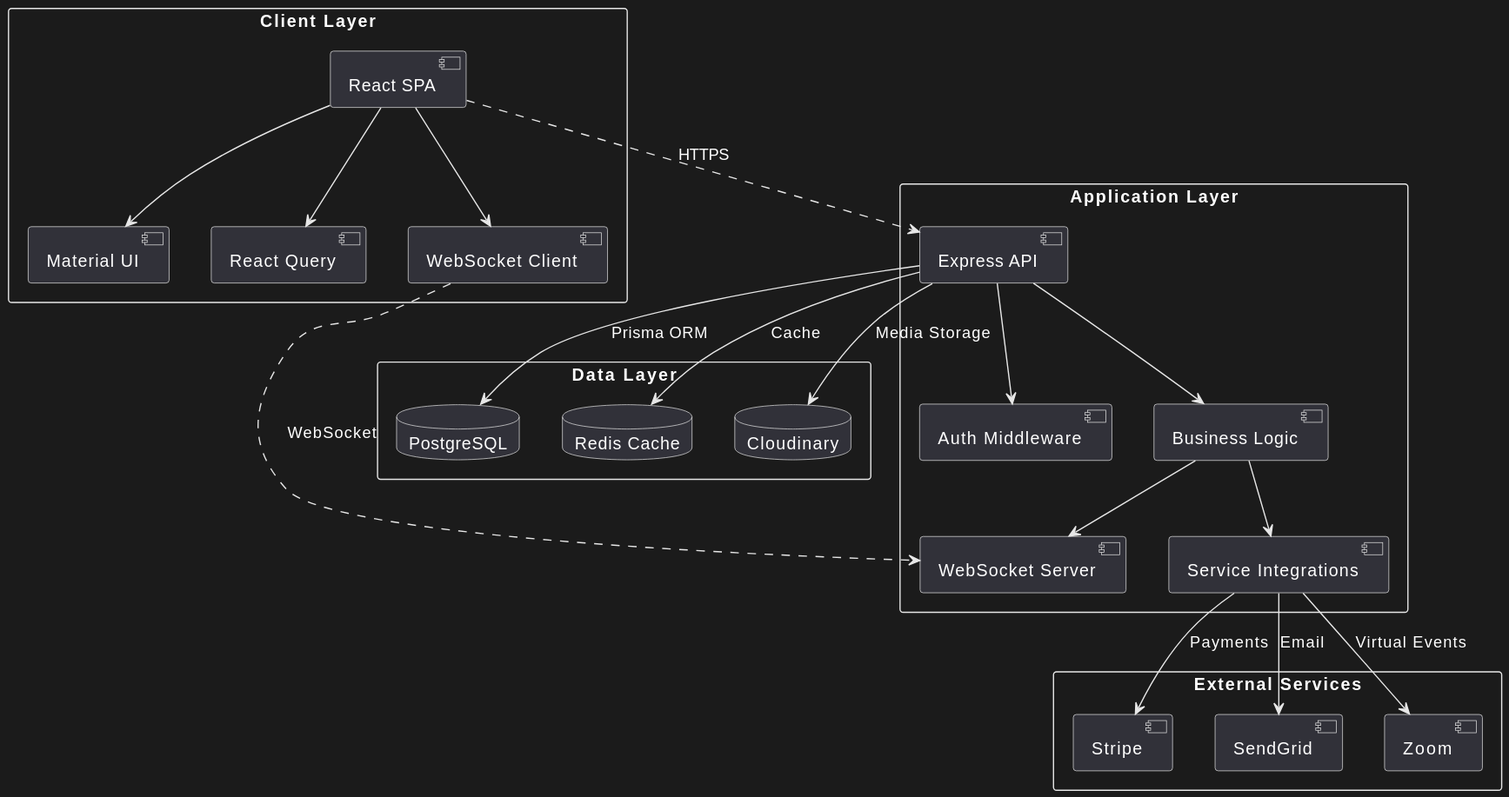
Earlier version of the PlantUML export diagrams/architecture.svg (LazyEllis/eventify). Its diagram source:
```plantuml
@startuml
!define RECTANGLE class

skinparam componentStyle uml2

rectangle "Client Layer" {
  [React SPA] as client
  [Material UI] as mui
  [React Query] as rquery
  [WebSocket Client] as wsclient
}

rectangle "Application Layer" {
  [Express API] as api
  [Auth Middleware] as auth
  [Business Logic] as logic
  [WebSocket Server] as wsserver
  [Service Integrations] as services
}

rectangle "Data Layer" {
  database "PostgreSQL" as db
  database "Redis Cache" as redis
  database "Cloudinary" as cloud
}

rectangle "External Services" {
  [Stripe] as stripe
  [SendGrid] as mail
  [Zoom] as zoom
}

client --> mui
client --> rquery
client --> wsclient

api --> auth
api --> logic
logic --> services
logic --> wsserver

client ..> api : HTTPS
wsclient ..> wsserver : WebSocket
api --> db : Prisma ORM
api --> redis : Cache
api --> cloud : Media Storage

services --> stripe : Payments
services --> mail : Email
services --> zoom : Virtual Events
@enduml
```
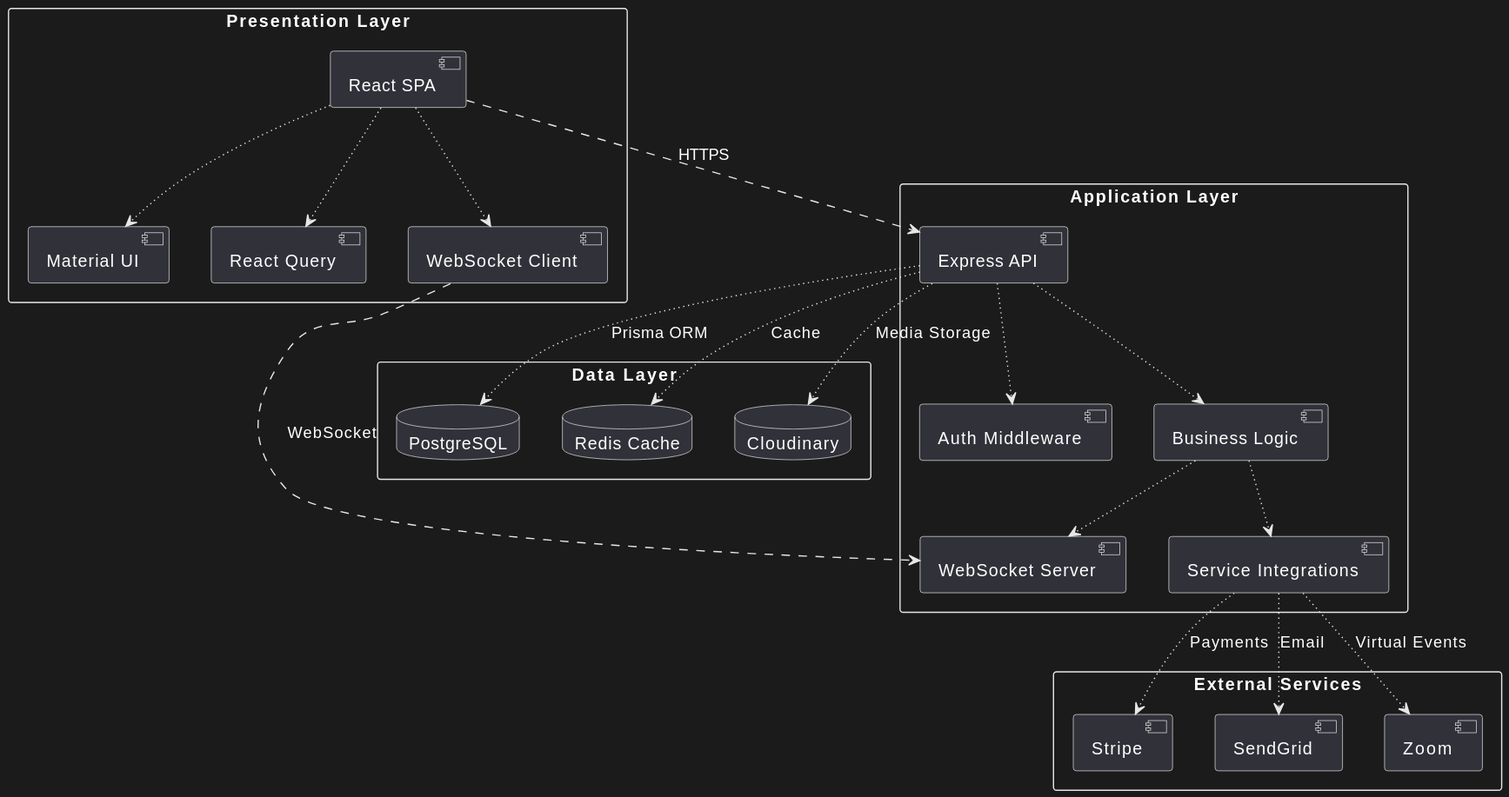
After the commit.

Commit message:
Fix typo in architecture diagram

Renamed client layer to presentation layer on our architecture diagram.

Diff of the diagram source:
```diff
@@ -1,51 +1,51 @@
 @startuml
 !define RECTANGLE class
 
-skinparam componentStyle uml2
+  skinparam componentStyle uml2
 
-rectangle "Client Layer" {
-  [React SPA] as client
-  [Material UI] as mui
-  [React Query] as rquery
-  [WebSocket Client] as wsclient
-}
+  rectangle "Presentation Layer" {
+    [React SPA] as client
+    [Material UI] as mui
+    [React Query] as rquery
+    [WebSocket Client] as wsclient
+  }
 
-rectangle "Application Layer" {
-  [Express API] as api
-  [Auth Middleware] as auth
-  [Business Logic] as logic
-  [WebSocket Server] as wsserver
-  [Service Integrations] as services
-}
+  rectangle "Application Layer" {
+    [Express API] as api
+    [Auth Middleware] as auth
+    [Business Logic] as logic
+    [WebSocket Server] as wsserver
+    [Service Integrations] as services
+  }
 
-rectangle "Data Layer" {
-  database "PostgreSQL" as db
-  database "Redis Cache" as redis
-  database "Cloudinary" as cloud
-}
+  rectangle "Data Layer" {
+    database "PostgreSQL" as db
+    database "Redis Cache" as redis
+    database "Cloudinary" as cloud
+  }
 
-rectangle "External Services" {
-  [Stripe] as stripe
-  [SendGrid] as mail
-  [Zoom] as zoom
-}
+  rectangle "External Services" {
+    [Stripe] as stripe
+    [SendGrid] as mail
+    [Zoom] as zoom
+  }
 
-client --> mui
-client --> rquery
-client --> wsclient
+  client -[dotted]-> mui
+  client -[dotted]-> rquery
+  client -[dotted]-> wsclient
 
-api --> auth
-api --> logic
-logic --> services
-logic --> wsserver
+  api -[dotted]-> auth
+  api -[dotted]-> logic
+  logic -[dotted]-> services
+  logic -[dotted]-> wsserver
 
-client ..> api : HTTPS
-wsclient ..> wsserver : WebSocket
-api --> db : Prisma ORM
-api --> redis : Cache
-api --> cloud : Media Storage
+  client ..> api : HTTPS
+  wsclient ..> wsserver : WebSocket
+  api -[dotted]-> db : Prisma ORM
+  api -[dotted]-> redis : Cache
+  api -[dotted]-> cloud : Media Storage
 
-services --> stripe : Payments
-services --> mail : Email
-services --> zoom : Virtual Events
+  services -[dotted]-> stripe : Payments
+  services -[dotted]-> mail : Email
+  services -[dotted]-> zoom : Virtual Events
 @enduml
```
